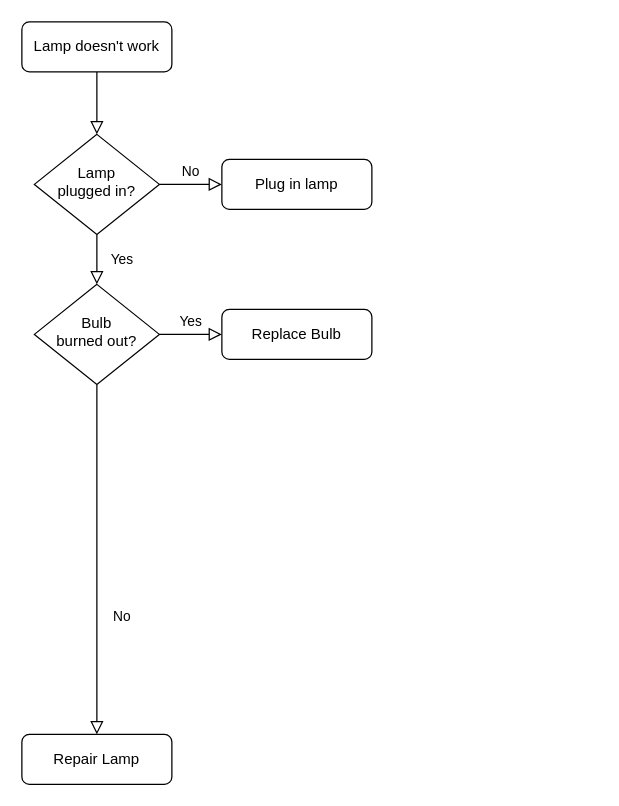
This is page "Page-1" (1 of 2) of 流程图.drawio from liyinghaophp/flowChart, a draw.io file, before an edit. Source tidied: cells renumbered, new cells numbered last; positions are measured from the earlier drawing's top-left corner, leaving out a move shared by most shapes. Both pictures are drawn from the tidied source at 125%, with x=0, y=0 at pixel (21, 21).
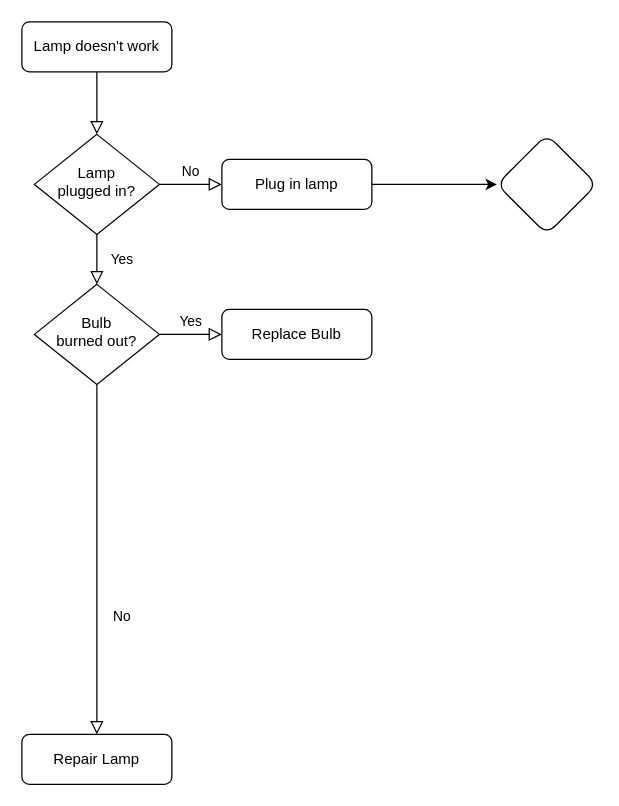
The same page after the edit.

Commit message:
更新流程图.drawio

Change to the diagram source:
```diff
@@
 <mxGraphModel>
   <root>
     <mxCell id="0" />
     <mxCell id="1" parent="0" />
     <mxCell id="2" style="rounded=0;html=1;jettySize=auto;fontSize=11;endArrow=block;endFill=0;endSize=8;strokeWidth=1;shadow=0;labelBackgroundColor=none;edgeStyle=orthogonalEdgeStyle;" parent="1" edge="1" source="3" target="6">
       <mxGeometry relative="1" as="geometry" />
     </mxCell>
     <mxCell id="3" value="Lamp doesn't work" style="rounded=1;whiteSpace=wrap;html=1;fontSize=12;glass=0;strokeWidth=1;shadow=0;" parent="1" vertex="1">
       <mxGeometry width="120" height="40" as="geometry" />
     </mxCell>
     <mxCell id="4" value="Yes" style="rounded=0;html=1;jettySize=auto;fontSize=11;endArrow=block;endFill=0;endSize=8;strokeWidth=1;shadow=0;labelBackgroundColor=none;edgeStyle=orthogonalEdgeStyle;" parent="1" edge="1" source="6" target="10">
       <mxGeometry y="20" relative="1" as="geometry" />
     </mxCell>
     <mxCell id="5" value="No" style="edgeStyle=orthogonalEdgeStyle;rounded=0;html=1;jettySize=auto;fontSize=11;endArrow=block;endFill=0;endSize=8;strokeWidth=1;shadow=0;labelBackgroundColor=none;" parent="1" edge="1" source="6" target="7">
       <mxGeometry y="10" relative="1" as="geometry" />
     </mxCell>
     <mxCell id="6" value="Lamp&lt;br&gt;plugged in?" style="rhombus;whiteSpace=wrap;html=1;shadow=0;fontFamily=Helvetica;fontSize=12;align=center;strokeWidth=1;spacing=6;spacingTop=-4;" parent="1" vertex="1">
       <mxGeometry x="10" y="90" width="100" height="80" as="geometry" />
     </mxCell>
+    <mxCell id="13" style="edgeStyle=orthogonalEdgeStyle;rounded=0;jettySize=auto;html=1;" parent="1" edge="1" source="7" target="14">
+      <mxGeometry relative="1" as="geometry" />
+    </mxCell>
     <mxCell id="7" value="Plug in lamp" style="rounded=1;whiteSpace=wrap;html=1;fontSize=12;glass=0;strokeWidth=1;shadow=0;" parent="1" vertex="1">
       <mxGeometry x="160" y="110" width="120" height="40" as="geometry" />
     </mxCell>
     <mxCell id="8" value="No" style="rounded=0;html=1;jettySize=auto;fontSize=11;endArrow=block;endFill=0;endSize=8;strokeWidth=1;shadow=0;labelBackgroundColor=none;edgeStyle=orthogonalEdgeStyle;" parent="1" edge="1" source="10" target="11">
       <mxGeometry x="0.33" y="20" relative="1" as="geometry" />
     </mxCell>
     <mxCell id="9" value="Yes" style="edgeStyle=orthogonalEdgeStyle;rounded=0;html=1;jettySize=auto;fontSize=11;endArrow=block;endFill=0;endSize=8;strokeWidth=1;shadow=0;labelBackgroundColor=none;" parent="1" edge="1" source="10" target="12">
       <mxGeometry y="10" relative="1" as="geometry" />
     </mxCell>
     <mxCell id="10" value="Bulb&lt;br&gt;burned out?" style="rhombus;whiteSpace=wrap;html=1;shadow=0;fontFamily=Helvetica;fontSize=12;align=center;strokeWidth=1;spacing=6;spacingTop=-4;" parent="1" vertex="1">
       <mxGeometry x="10" y="210" width="100" height="80" as="geometry" />
     </mxCell>
     <mxCell id="11" value="Repair Lamp" style="rounded=1;whiteSpace=wrap;html=1;fontSize=12;glass=0;strokeWidth=1;shadow=0;" parent="1" vertex="1">
       <mxGeometry y="570" width="120" height="40" as="geometry" />
     </mxCell>
     <mxCell id="12" value="Replace Bulb" style="rounded=1;whiteSpace=wrap;html=1;fontSize=12;glass=0;strokeWidth=1;shadow=0;" parent="1" vertex="1">
       <mxGeometry x="160" y="230" width="120" height="40" as="geometry" />
     </mxCell>
+    <mxCell id="14" style="rhombus;whiteSpace=wrap;html=1;rounded=1;shadow=0;strokeWidth=1;glass=0;" parent="1" vertex="1">
+      <mxGeometry x="380" y="90" width="80" height="80" as="geometry" />
+    </mxCell>
   </root>
 </mxGraphModel>
```
